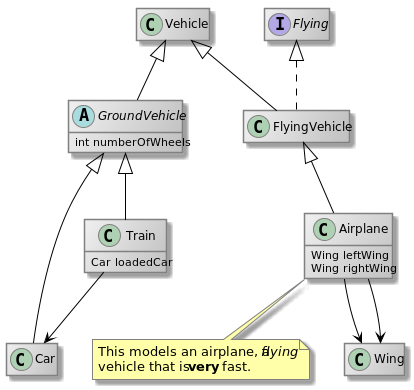
Above: doc/images/package_class.png in comsysto/livingdoc (PlantUML), before the change.
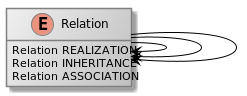
Above is the later version.

Change to the diagram source:
```diff
@@ -15,39 +15,18 @@
 skinParam noteBackgroundColor #FFFFAA
 skinParam noteBorderColor gray
 hide empty members
-class Vehicle
-abstract class GroundVehicle {
-int numberOfWheels
+
+enum Relation {
+    Relation REALIZATION
+    Relation INHERITANCE
+    Relation ASSOCIATION
+
 }
 
-class Car
-class Airplane {
-Wing leftWing
-Wing rightWing
-}
 
-note bottom of Airplane
-This models an airplane, a //flying//
-vehicle that is **very** fast.
-end note
 
-interface Flying
-class FlyingVehicle
-class Train {
-Car loadedCar
-}
-
-class Wing
-
-Vehicle <|-- GroundVehicle
-GroundVehicle <|-- Car
-FlyingVehicle <|-- Airplane
-Vehicle <|-- FlyingVehicle
-Flying <|.. FlyingVehicle
-GroundVehicle <|-- Train
-
-Airplane --> Wing
-Airplane --> Wing
-Train --> Car
+Relation --> Relation
+Relation --> Relation
+Relation --> Relation
 
 @enduml
```
